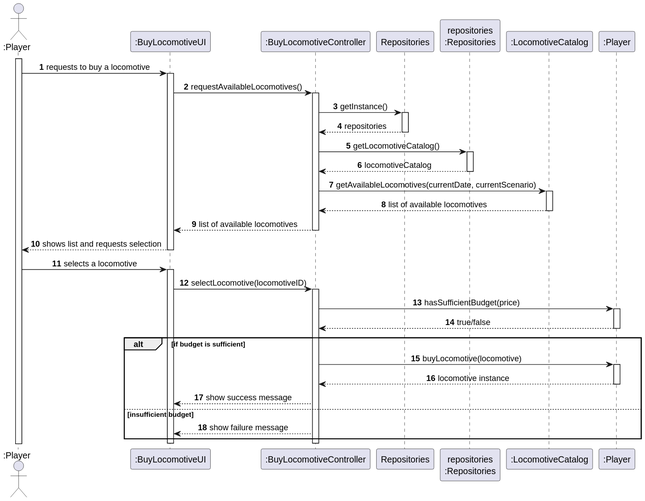
Above: docs/system-documentation/US009/03.design/svg/US009-SD-full.svg in 1240826/empire-on-tracks (PlantUML), before the change.
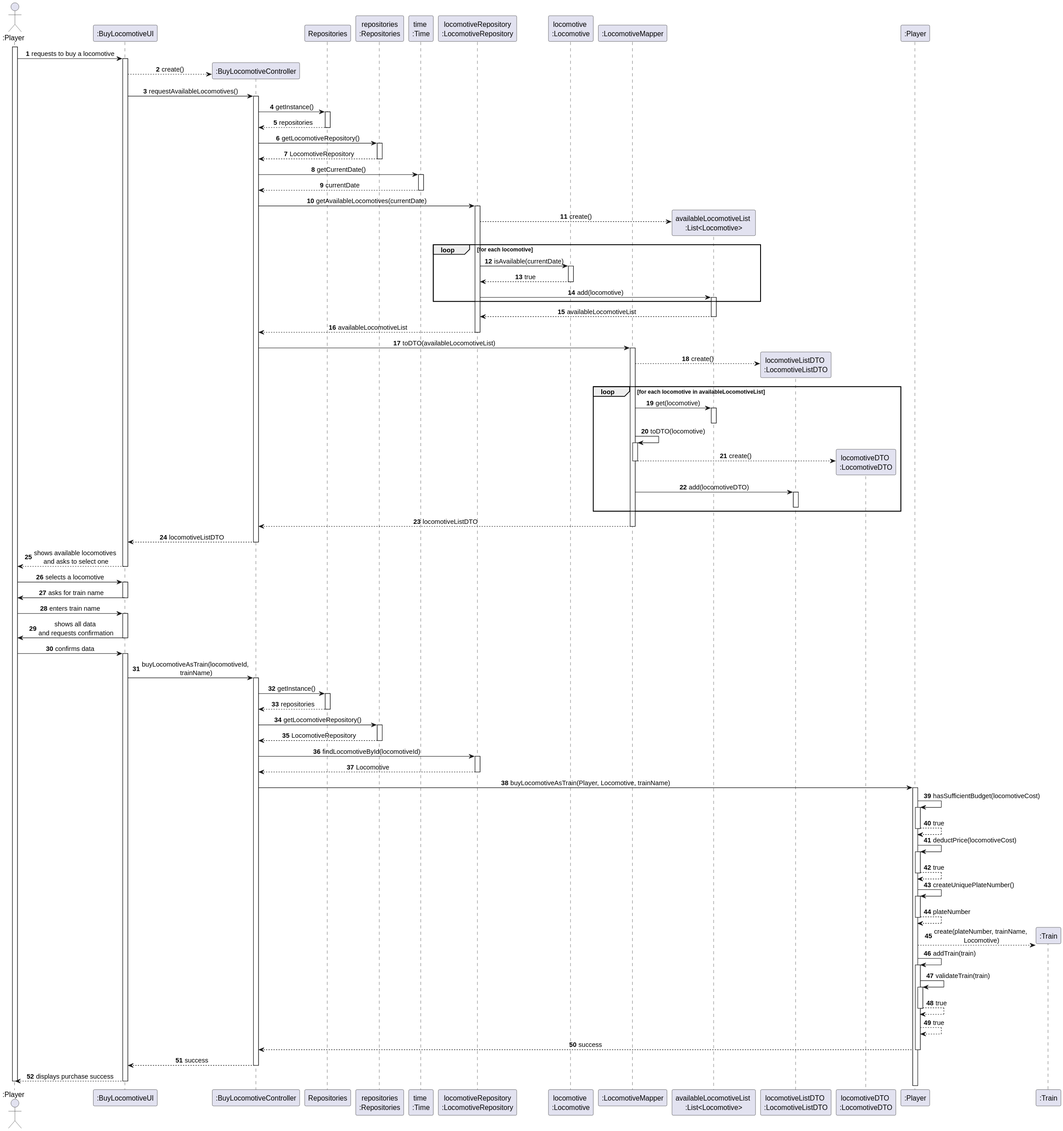
The same diagram one commit later.

Commit message:
Use Case Diagram updated

The edit, as a diff of the source:
```diff
@@ -5,64 +5,156 @@
 
 autonumber
 
-actor ":Player" as Player
+actor ":Player" as PlayerActor
 participant ":BuyLocomotiveUI" as UI
 participant ":BuyLocomotiveController" as Controller
 participant "Repositories" as REPOS
 participant "repositories\n:Repositories" as REPOS_SINGLETON
-participant ":LocomotiveCatalog" as Catalog
-participant ":Player" as PlayerObject
+participant "time \n:Time" as Time
+participant "locomotiveRepository\n:LocomotiveRepository" as LOCO_REPO
+participant "locomotive \n:Locomotive" as Locomotive
+participant ":LocomotiveMapper" as LocoMapper
+participant "availableLocomotiveList \n:List<Locomotive>" as LocoList
+participant "locomotiveListDTO \n:LocomotiveListDTO" as LocoListDTO
+participant "locomotiveDTO \n:LocomotiveDTO" as LocoDTO
+participant ":Player" as PlayerDomain
 
-activate Player
+activate PlayerActor
+    PlayerActor -> UI : requests to buy a locomotive
+    activate UI
 
-Player -> UI : requests to buy a locomotive
+        UI --> Controller** : create()
+
+        UI -> Controller : requestAvailableLocomotives()
+        activate Controller
+
+            Controller -> REPOS : getInstance()
+            activate REPOS
+                REPOS --> Controller : repositories
+            deactivate REPOS
+
+            Controller -> REPOS_SINGLETON : getLocomotiveRepository()
+            activate REPOS_SINGLETON
+                REPOS_SINGLETON --> Controller : LocomotiveRepository
+            deactivate REPOS_SINGLETON
+
+            Controller -> Time : getCurrentDate()
+            activate Time
+            Time --> Controller : currentDate
+            deactivate Time
+
+            Controller -> LOCO_REPO : getAvailableLocomotives(currentDate)
+            activate LOCO_REPO
+                LOCO_REPO --> LocoList ** : create()
+                 loop for each locomotive
+                        LOCO_REPO -> Locomotive : isAvailable(currentDate)
+                        activate Locomotive
+                            Locomotive --> LOCO_REPO : true
+                        deactivate Locomotive
+
+                            LOCO_REPO -> LocoList : add(locomotive)
+                            activate LocoList
+                        end
+
+                    LocoList --> LOCO_REPO : availableLocomotiveList
+                    deactivate LocoList
+                LOCO_REPO --> Controller : availableLocomotiveList
+            deactivate LOCO_REPO
+
+            Controller -> LocoMapper : toDTO(availableLocomotiveList)
+            activate LocoMapper
+            LocoMapper --> LocoListDTO** : create()
+                loop for each locomotive in availableLocomotiveList
+                    LocoMapper -> LocoList : get(locomotive)
+                    activate LocoList
+                    deactivate LocoList
+
+                    LocoMapper -> LocoMapper : toDTO(locomotive)
+                                        activate LocoMapper
+                                        LocoMapper --> LocoDTO** : create()
+                                        deactivate LocoMapper
+                    LocoMapper -> LocoListDTO : add(locomotiveDTO)
+                    activate LocoListDTO
+                    deactivate LocoListDTO
+                end
+                LocoMapper --> Controller : locomotiveListDTO
+            deactivate LocoMapper
+
+            Controller --> UI : locomotiveListDTO
+        deactivate Controller
+
+        UI --> PlayerActor : shows available locomotives \nand asks to select one
+    deactivate UI
+
+PlayerActor -> UI : selects a locomotive
 activate UI
-
-UI -> Controller : requestAvailableLocomotives()
-activate Controller
-
-Controller -> REPOS : getInstance()
-activate REPOS
-REPOS --> Controller : repositories
-deactivate REPOS
-
-Controller -> REPOS_SINGLETON : getLocomotiveCatalog()
-activate REPOS_SINGLETON
-REPOS_SINGLETON --> Controller : locomotiveCatalog
-deactivate REPOS_SINGLETON
-
-Controller -> Catalog : getAvailableLocomotives(currentDate, currentScenario)
-activate Catalog
-Catalog --> Controller : list of available locomotives
-deactivate Catalog
-
-Controller --> UI : list of available locomotives
-deactivate Controller
-
-UI --> Player : shows list and requests selection
+    UI -> PlayerActor : asks for train name
 deactivate UI
 
-Player -> UI : selects a locomotive
+PlayerActor -> UI : enters train name
 activate UI
+    UI -> PlayerActor : shows all data \nand requests confirmation
+deactivate UI
 
-UI -> Controller : selectLocomotive(locomotiveID)
-activate Controller
+PlayerActor -> UI : confirms data
+activate UI
+    UI -> Controller : buyLocomotiveAsTrain(locomotiveId,\n trainName)
+    activate Controller
 
-Controller -> PlayerObject : hasSufficientBudget(price)
-activate PlayerObject
-PlayerObject --> Controller : true/false
-deactivate PlayerObject
+        Controller -> REPOS : getInstance()
+        activate REPOS
+            REPOS --> Controller : repositories
+        deactivate REPOS
 
-alt if budget is sufficient
-    Controller -> PlayerObject : buyLocomotive(locomotive)
-    activate PlayerObject
-    PlayerObject --> Controller : locomotive instance
-    deactivate PlayerObject
-    Controller --> UI : show success message
-else insufficient budget
-    Controller --> UI : show failure message
-end
+        Controller -> REPOS_SINGLETON : getLocomotiveRepository()
+        activate REPOS_SINGLETON
+            REPOS_SINGLETON --> Controller : LocomotiveRepository
+        deactivate REPOS_SINGLETON
 
-deactivate Controller
+        Controller -> LOCO_REPO : findLocomotiveById(locomotiveId)
+        activate LOCO_REPO
+            LOCO_REPO --> Controller : Locomotive
+        deactivate LOCO_REPO
+
+        Controller -> PlayerDomain : buyLocomotiveAsTrain(Player, Locomotive, trainName)
+            activate PlayerDomain
+
+            PlayerDomain -> PlayerDomain : hasSufficientBudget(locomotiveCost)
+            activate PlayerDomain
+            PlayerDomain --> PlayerDomain : true
+            deactivate PlayerDomain
+
+            PlayerDomain -> PlayerDomain : deductPrice(locomotiveCost)
+                        activate PlayerDomain
+                        PlayerDomain --> PlayerDomain : true
+                        deactivate PlayerDomain
+
+             PlayerDomain -> PlayerDomain : createUniquePlateNumber()
+                        activate PlayerDomain
+                        PlayerDomain --> PlayerDomain : plateNumber
+                        deactivate PlayerDomain
+
+                create ":Train" as Train
+            PlayerDomain --> Train : create(plateNumber, trainName, \nLocomotive)
+
+
+                PlayerDomain -> PlayerDomain : addTrain(train)
+                activate PlayerDomain
+                PlayerDomain -> PlayerDomain : validateTrain(train)
+                                activate PlayerDomain
+                PlayerDomain --> PlayerDomain : true
+                deactivate PlayerDomain
+                PlayerDomain --> PlayerDomain : true
+                PlayerDomain --> Controller : success
+                                deactivate PlayerDomain
+
+
+
+
+    Controller --> UI : success
+    deactivate Controller
+
+    UI --> PlayerActor : displays purchase success
 deactivate UI
+deactivate PlayerActor
 @enduml
```
